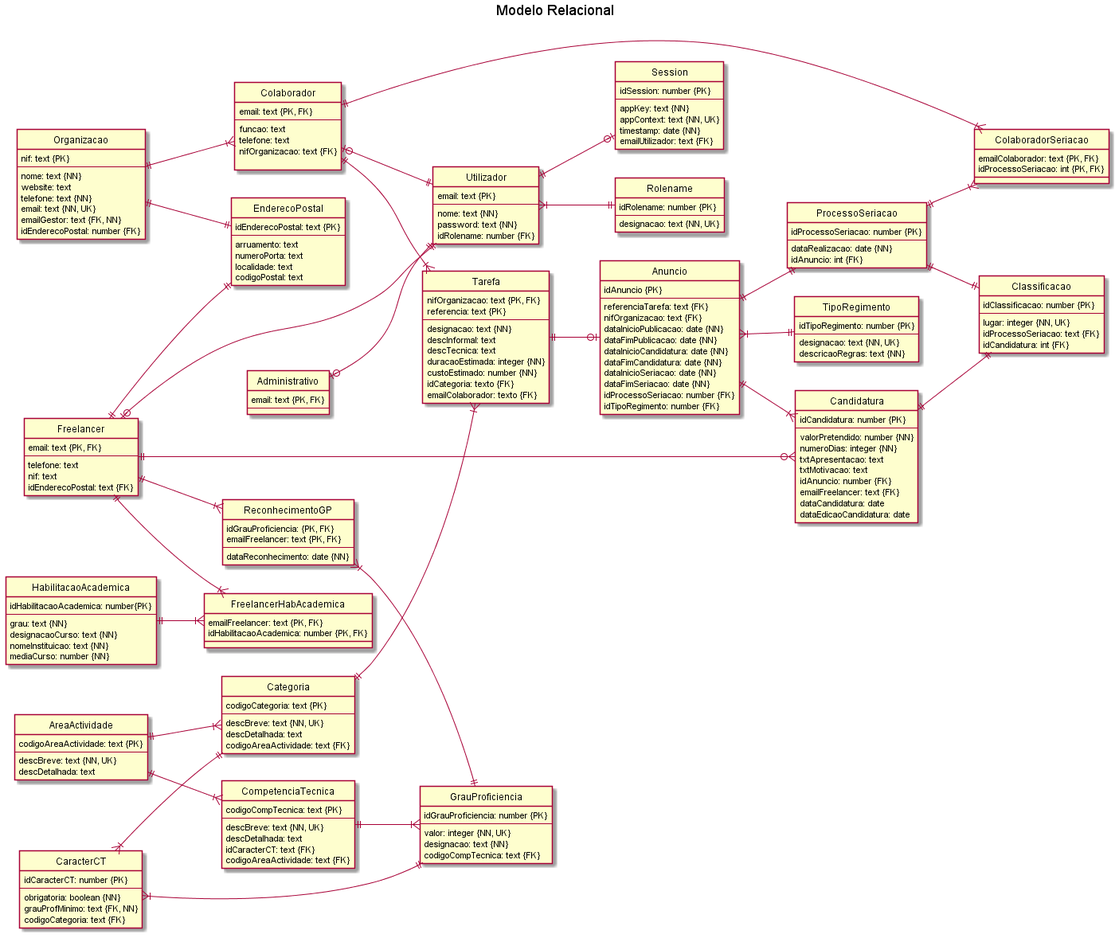
blestonbandeiraUPSKILL/upskill_java1_labprg_grupo2 keeps this PlantUML diagram as BaseDados/Modelo_Relacional.png. Above is the earlier version.
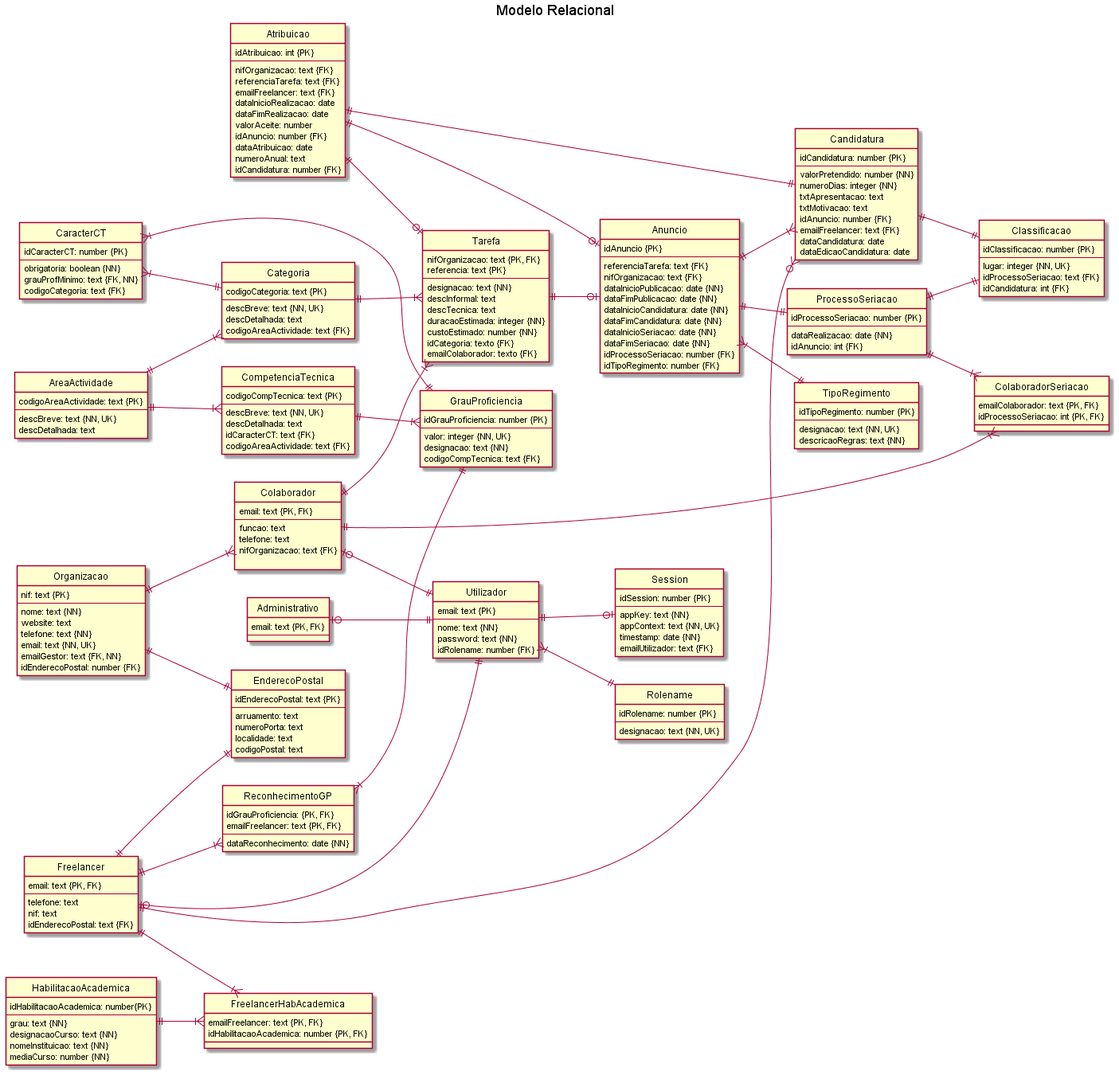
After the commit.

What changed in the source:
```diff
@@ -200,6 +200,21 @@
     designacao: text {NN, UK}
 }
 
+entity "Atribuicao" {
+    idAtribuicao: int {PK}
+    --
+    nifOrganizacao: text {FK}
+    referenciaTarefa: text {FK}
+    emailFreelancer: text {FK}
+    dataInicioRealizacao: date
+    dataFimRealizacao: date
+    valorAceite: number
+    idAnuncio: number {FK}
+    dataAtribuicao: date
+    numeroAnual: text
+    idCandidatura: number {FK}
+}
+
 
 
 AreaActividade ||--|{ Categoria
@@ -230,5 +245,8 @@
 Colaborador ||--|{ ColaboradorSeriacao
 Utilizador }|--|| Rolename
 Utilizador ||--o| Session
+Atribuicao ||--o| Tarefa
+Atribuicao ||--o| Anuncio
+Atribuicao ||--|| Candidatura
 
 @enduml
```
